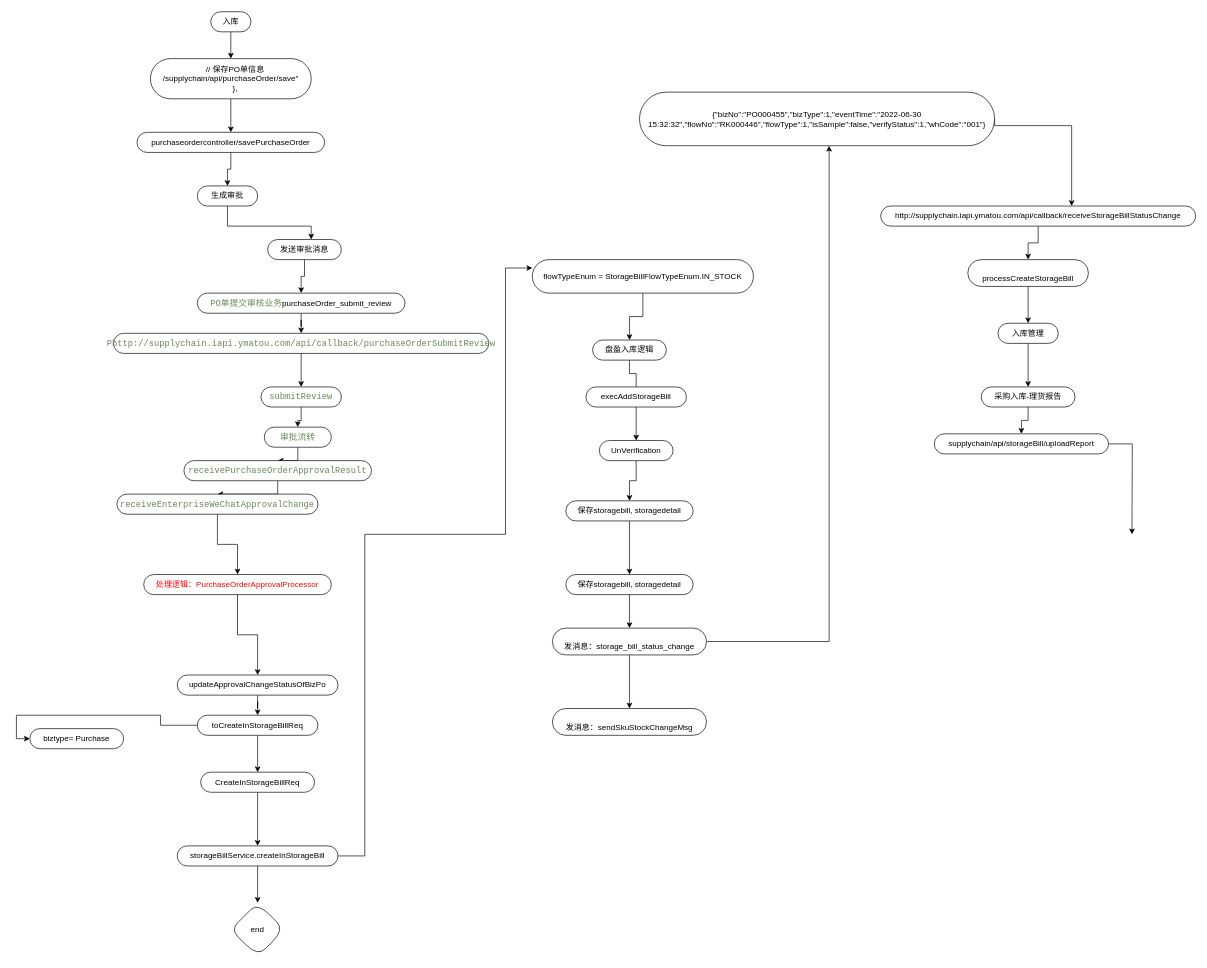
This is b2b-入库.drawio from yi2003/diagram, a draw.io file, before an edit. Source tidied: cells renumbered, new cells numbered last; positions are measured from the earlier drawing's top-left corner, leaving out a move shared by most shapes. Both pictures are drawn from the tidied source at 67%, with x=0, y=0 at pixel (29, 11).
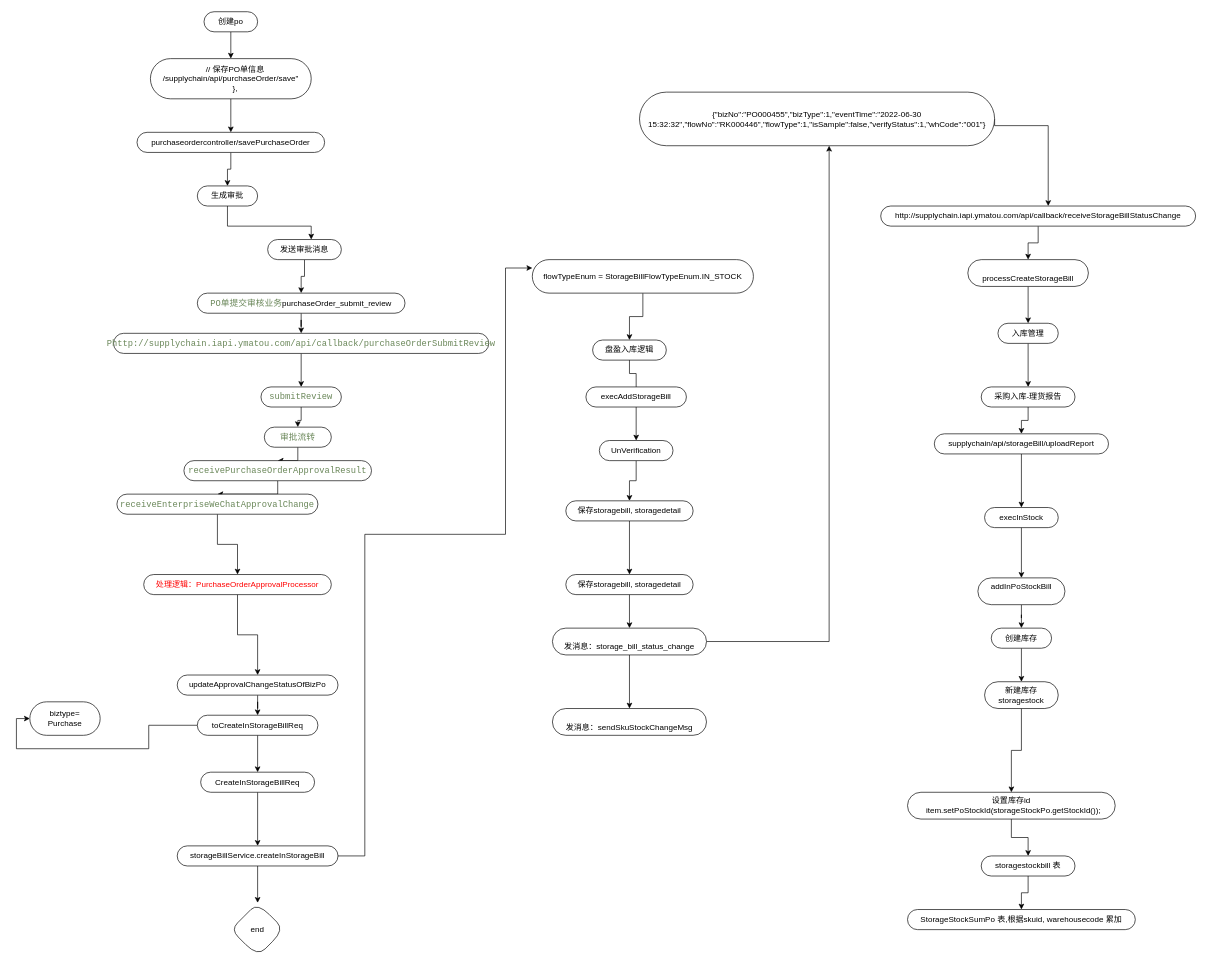
After the change.

Unchanged cells that the change refers to:
```xml
<mxCell id="40" value="http://supplychain.iapi.ymatou.com/api/callback/receiveStorageBillStatusChange" style="whiteSpace=wrap;html=1;rounded=1;arcSize=50;align=center;verticalAlign=middle;strokeWidth=1;spacing=4;newEdgeStyle={&quot;edgeStyle&quot;:&quot;entityRelationEdgeStyle&quot;,&quot;startArrow&quot;:&quot;none&quot;,&quot;endArrow&quot;:&quot;none&quot;,&quot;segment&quot;:10,&quot;curved&quot;:1};direction=west;" parent="1" vertex="1">
  <mxGeometry x="1270" y="290" width="470" height="30" as="geometry" />
</mxCell>
<mxCell id="62" value="{&quot;bizNo&quot;:&quot;PO000455&quot;,&quot;bizType&quot;:1,&quot;eventTime&quot;:&quot;2022-06-30 15:32:32&quot;,&quot;flowNo&quot;:&quot;RK000446&quot;,&quot;flowType&quot;:1,&quot;isSample&quot;:false,&quot;verifyStatus&quot;:1,&quot;whCode&quot;:&quot;001&quot;}" style="whiteSpace=wrap;html=1;rounded=1;strokeWidth=1;spacing=4;arcSize=50;" parent="1" vertex="1">
  <mxGeometry x="910" y="120" width="530" height="80" as="geometry" />
</mxCell>
<mxCell id="70" value="supplychain/api/storageBill/uploadReport" style="whiteSpace=wrap;html=1;rounded=1;arcSize=50;align=center;verticalAlign=middle;strokeWidth=1;spacing=4;newEdgeStyle={&quot;edgeStyle&quot;:&quot;entityRelationEdgeStyle&quot;,&quot;startArrow&quot;:&quot;none&quot;,&quot;endArrow&quot;:&quot;none&quot;,&quot;segment&quot;:10,&quot;curved&quot;:1};direction=west;" parent="1" vertex="1">
  <mxGeometry x="1350" y="630" width="260" height="30" as="geometry" />
</mxCell>
```

Change to the diagram source:
```diff
@@
-    <mxCell id="3" value="入库" style="whiteSpace=wrap;html=1;rounded=1;arcSize=50;align=center;verticalAlign=middle;strokeWidth=1;spacing=4;newEdgeStyle={&quot;edgeStyle&quot;:&quot;entityRelationEdgeStyle&quot;,&quot;startArrow&quot;:&quot;none&quot;,&quot;endArrow&quot;:&quot;none&quot;,&quot;segment&quot;:10,&quot;curved&quot;:1};direction=west;" parent="1" vertex="1">
-      <mxGeometry x="270" width="60" height="30" as="geometry" />
+    <mxCell id="3" value="创建po" style="whiteSpace=wrap;html=1;rounded=1;arcSize=50;align=center;verticalAlign=middle;strokeWidth=1;spacing=4;newEdgeStyle={&quot;edgeStyle&quot;:&quot;entityRelationEdgeStyle&quot;,&quot;startArrow&quot;:&quot;none&quot;,&quot;endArrow&quot;:&quot;none&quot;,&quot;segment&quot;:10,&quot;curved&quot;:1};direction=west;" parent="1" vertex="1">
+      <mxGeometry x="260" width="80" height="30" as="geometry" />
     </mxCell>
@@
     <mxCell id="22" value="biztype= Purchase" style="whiteSpace=wrap;html=1;rounded=1;arcSize=50;align=center;verticalAlign=middle;strokeWidth=1;spacing=4;newEdgeStyle={&quot;edgeStyle&quot;:&quot;entityRelationEdgeStyle&quot;,&quot;startArrow&quot;:&quot;none&quot;,&quot;endArrow&quot;:&quot;none&quot;,&quot;segment&quot;:10,&quot;curved&quot;:1};direction=west;" parent="1" vertex="1">
-      <mxGeometry y="1070" width="140" height="30" as="geometry" />
+      <mxGeometry y="1030" width="105" height="50" as="geometry" />
     </mxCell>
@@
     <mxCell id="61" style="edgeStyle=orthogonalEdgeStyle;rounded=0;jettySize=auto;html=1;fontColor=#FF0000;exitX=1;exitY=0.5;exitDx=0;exitDy=0;" parent="1" edge="1" source="62" target="40">
       <mxGeometry relative="1" as="geometry">
         <Array as="points">
           <mxPoint x="1440" y="170" />
-          <mxPoint x="1555" y="170" />
+          <mxPoint x="1520" y="170" />
         </Array>
       </mxGeometry>
     </mxCell>
@@
-    <mxCell id="69" style="edgeStyle=orthogonalEdgeStyle;rounded=0;jettySize=auto;html=1;fontColor=#FF0000;" parent="1" edge="1" source="70">
-      <mxGeometry relative="1" as="geometry">
-        <mxPoint x="1645" y="780" as="targetPoint" />
-      </mxGeometry>
-    </mxCell>
+    <mxCell id="71" style="edgeStyle=orthogonalEdgeStyle;rounded=0;jettySize=auto;html=1;fontColor=#FF0000;" parent="1" edge="1" source="70" target="73">
+      <mxGeometry relative="1" as="geometry" />
+    </mxCell>
@@
+    <mxCell id="72" style="edgeStyle=orthogonalEdgeStyle;rounded=0;jettySize=auto;html=1;fontColor=#FF0000;" parent="1" edge="1" source="73" target="75">
+      <mxGeometry relative="1" as="geometry" />
+    </mxCell>
+    <mxCell id="73" value="execInStock" style="whiteSpace=wrap;html=1;rounded=1;arcSize=50;align=center;verticalAlign=middle;strokeWidth=1;spacing=4;newEdgeStyle={&quot;edgeStyle&quot;:&quot;entityRelationEdgeStyle&quot;,&quot;startArrow&quot;:&quot;none&quot;,&quot;endArrow&quot;:&quot;none&quot;,&quot;segment&quot;:10,&quot;curved&quot;:1};direction=west;" parent="1" vertex="1">
+      <mxGeometry x="1425" y="740" width="110" height="30" as="geometry" />
+    </mxCell>
+    <mxCell id="74" style="edgeStyle=orthogonalEdgeStyle;rounded=0;jettySize=auto;html=1;fontColor=#FF0000;" parent="1" edge="1" source="75" target="79">
+      <mxGeometry relative="1" as="geometry" />
+    </mxCell>
+    <mxCell id="75" value="&lt;div&gt;addInPoStockBill&lt;/div&gt;&lt;div&gt;&lt;br&gt;&lt;/div&gt;" style="whiteSpace=wrap;html=1;rounded=1;arcSize=50;align=center;verticalAlign=middle;strokeWidth=1;spacing=4;newEdgeStyle={&quot;edgeStyle&quot;:&quot;entityRelationEdgeStyle&quot;,&quot;startArrow&quot;:&quot;none&quot;,&quot;endArrow&quot;:&quot;none&quot;,&quot;segment&quot;:10,&quot;curved&quot;:1};direction=west;" parent="1" vertex="1">
+      <mxGeometry x="1415" y="845" width="130" height="40" as="geometry" />
+    </mxCell>
+    <mxCell id="76" style="edgeStyle=orthogonalEdgeStyle;rounded=0;jettySize=auto;html=1;fontColor=#FF0000;" parent="1" edge="1" source="77" target="83">
+      <mxGeometry relative="1" as="geometry" />
+    </mxCell>
+    <mxCell id="77" value="设置库存id&lt;br&gt;&amp;nbsp; item.setPoStockId(storageStockPo.getStockId());" style="whiteSpace=wrap;html=1;rounded=1;arcSize=50;align=center;verticalAlign=middle;strokeWidth=1;spacing=4;newEdgeStyle={&quot;edgeStyle&quot;:&quot;entityRelationEdgeStyle&quot;,&quot;startArrow&quot;:&quot;none&quot;,&quot;endArrow&quot;:&quot;none&quot;,&quot;segment&quot;:10,&quot;curved&quot;:1};direction=west;" parent="1" vertex="1">
+      <mxGeometry x="1310" y="1165" width="310" height="40" as="geometry" />
+    </mxCell>
+    <mxCell id="78" style="edgeStyle=orthogonalEdgeStyle;rounded=0;jettySize=auto;html=1;fontColor=#FF0000;" parent="1" edge="1" source="79" target="81">
+      <mxGeometry relative="1" as="geometry" />
+    </mxCell>
+    <mxCell id="79" value="创建库存" style="whiteSpace=wrap;html=1;rounded=1;arcSize=50;align=center;verticalAlign=middle;strokeWidth=1;spacing=4;newEdgeStyle={&quot;edgeStyle&quot;:&quot;entityRelationEdgeStyle&quot;,&quot;startArrow&quot;:&quot;none&quot;,&quot;endArrow&quot;:&quot;none&quot;,&quot;segment&quot;:10,&quot;curved&quot;:1};direction=west;" parent="1" vertex="1">
+      <mxGeometry x="1435" y="920" width="90" height="30" as="geometry" />
+    </mxCell>
+    <mxCell id="80" style="edgeStyle=orthogonalEdgeStyle;rounded=0;jettySize=auto;html=1;fontColor=#FF0000;" parent="1" edge="1" source="81" target="77">
+      <mxGeometry relative="1" as="geometry" />
+    </mxCell>
+    <mxCell id="81" value="新建库存&lt;br&gt;storagestock" style="whiteSpace=wrap;html=1;rounded=1;arcSize=50;align=center;verticalAlign=middle;strokeWidth=1;spacing=4;newEdgeStyle={&quot;edgeStyle&quot;:&quot;entityRelationEdgeStyle&quot;,&quot;startArrow&quot;:&quot;none&quot;,&quot;endArrow&quot;:&quot;none&quot;,&quot;segment&quot;:10,&quot;curved&quot;:1};direction=west;" parent="1" vertex="1">
+      <mxGeometry x="1425" y="1000" width="110" height="40" as="geometry" />
+    </mxCell>
+    <mxCell id="82" style="edgeStyle=orthogonalEdgeStyle;rounded=0;jettySize=auto;html=1;fontColor=#FF0000;" parent="1" edge="1" source="83" target="84">
+      <mxGeometry relative="1" as="geometry" />
+    </mxCell>
+    <mxCell id="83" value="storagestockbill 表" style="whiteSpace=wrap;html=1;rounded=1;arcSize=50;align=center;verticalAlign=middle;strokeWidth=1;spacing=4;newEdgeStyle={&quot;edgeStyle&quot;:&quot;entityRelationEdgeStyle&quot;,&quot;startArrow&quot;:&quot;none&quot;,&quot;endArrow&quot;:&quot;none&quot;,&quot;segment&quot;:10,&quot;curved&quot;:1};direction=west;" parent="1" vertex="1">
+      <mxGeometry x="1420" y="1260" width="140" height="30" as="geometry" />
+    </mxCell>
+    <mxCell id="84" value="StorageStockSumPo 表,根据skuid, warehousecode 累加" style="whiteSpace=wrap;html=1;rounded=1;arcSize=50;align=center;verticalAlign=middle;strokeWidth=1;spacing=4;newEdgeStyle={&quot;edgeStyle&quot;:&quot;entityRelationEdgeStyle&quot;,&quot;startArrow&quot;:&quot;none&quot;,&quot;endArrow&quot;:&quot;none&quot;,&quot;segment&quot;:10,&quot;curved&quot;:1};direction=west;" parent="1" vertex="1">
+      <mxGeometry x="1310" y="1340" width="340" height="30" as="geometry" />
+    </mxCell>
```
